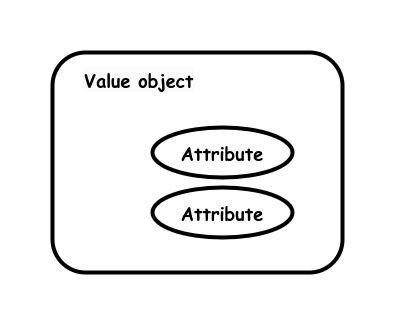
The draw.io diagram images/value-object.drawio.png in garfix/architectural-patterns, before a commit. Source tidied: cells renumbered, new cells last; positions are measured from the earlier drawing's top-left corner, leaving out a move shared by most shapes.
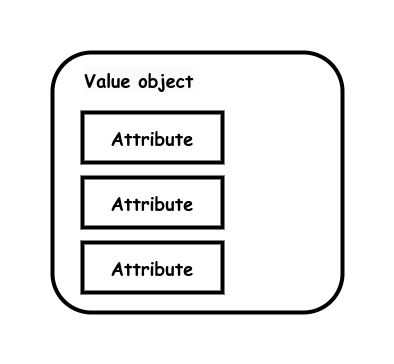
Later version of the same file.

Diff of the diagram source:
```diff
@@ -3,16 +3,19 @@
     <mxCell id="0" />
     <mxCell id="1" parent="0" />
     <mxCell id="2" value="&lt;b style=&quot;font-size: 18px;&quot;&gt;&lt;br&gt;&lt;/b&gt;" style="rounded=1;whiteSpace=wrap;html=1;strokeWidth=4;fontFamily=Comic Sans MS;fontSize=18;" parent="1" vertex="1">
-      <mxGeometry width="290" height="220" as="geometry" />
+      <mxGeometry width="290" height="260" as="geometry" />
     </mxCell>
     <mxCell id="3" value="&lt;b style=&quot;border-color: var(--border-color); color: rgb(0, 0, 0); font-family: &amp;quot;Comic Sans MS&amp;quot;; font-size: 18px; font-style: normal; font-variant-ligatures: normal; font-variant-caps: normal; letter-spacing: normal; orphans: 2; text-align: center; text-indent: 0px; text-transform: none; widows: 2; word-spacing: 0px; -webkit-text-stroke-width: 0px; background-color: rgb(251, 251, 251); text-decoration-thickness: initial; text-decoration-style: initial; text-decoration-color: initial;&quot;&gt;Value object&lt;/b&gt;" style="text;whiteSpace=wrap;html=1;" parent="1" vertex="1">
       <mxGeometry x="30" y="10" width="170" height="30" as="geometry" />
     </mxCell>
-    <mxCell id="4" value="Attribute" style="ellipse;whiteSpace=wrap;html=1;align=center;fontStyle=1;fontSize=18;fontFamily=Comic Sans MS;strokeWidth=4;" parent="1" vertex="1">
-      <mxGeometry x="100" y="75" width="140" height="50" as="geometry" />
-    </mxCell>
-    <mxCell id="5" value="Attribute" style="ellipse;whiteSpace=wrap;html=1;align=center;fontStyle=1;fontSize=18;fontFamily=Comic Sans MS;strokeWidth=4;" parent="1" vertex="1">
-      <mxGeometry x="100" y="135" width="140" height="50" as="geometry" />
-    </mxCell>
+    <mxCell id="6" value="&lt;b style=&quot;font-size: 18px;&quot;&gt;Attribute&lt;br&gt;&lt;/b&gt;" style="rounded=0;whiteSpace=wrap;html=1;strokeWidth=4;fontFamily=Comic Sans MS;fontSize=18;" parent="1" vertex="1">
+      <mxGeometry x="30" y="60" width="140" height="50" as="geometry" />
+    </mxCell>
+    <mxCell id="7" value="&lt;b style=&quot;font-size: 18px;&quot;&gt;Attribute&lt;br&gt;&lt;/b&gt;" style="rounded=0;whiteSpace=wrap;html=1;strokeWidth=4;fontFamily=Comic Sans MS;fontSize=18;" parent="1" vertex="1">
+      <mxGeometry x="30" y="125" width="140" height="50" as="geometry" />
+    </mxCell>
+    <mxCell id="8" value="&lt;b style=&quot;font-size: 18px;&quot;&gt;Attribute&lt;br&gt;&lt;/b&gt;" style="rounded=0;whiteSpace=wrap;html=1;strokeWidth=4;fontFamily=Comic Sans MS;fontSize=18;" parent="1" vertex="1">
+      <mxGeometry x="30" y="190" width="140" height="50" as="geometry" />
+    </mxCell>
   </root>
 </mxGraphModel>
```
